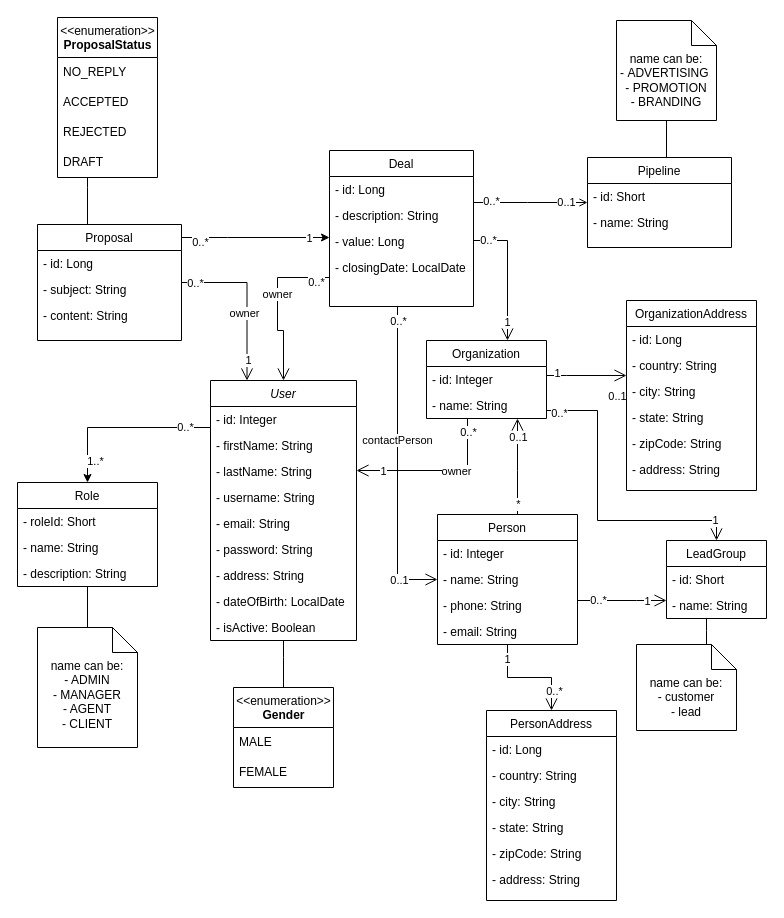
Above: page "Class diagram" (1 of 2) of diagrams/diagrams.drawio in hassanbenhzaine/Projet_file_rouge_2022 (draw.io), before the change. Source tidied: cells renumbered, new cells numbered last; positions are measured from the earlier drawing's top-left corner, leaving out a move shared by most shapes. Both pictures are drawn from the tidied source at 100%, with x=0, y=0 at pixel (17, 17).
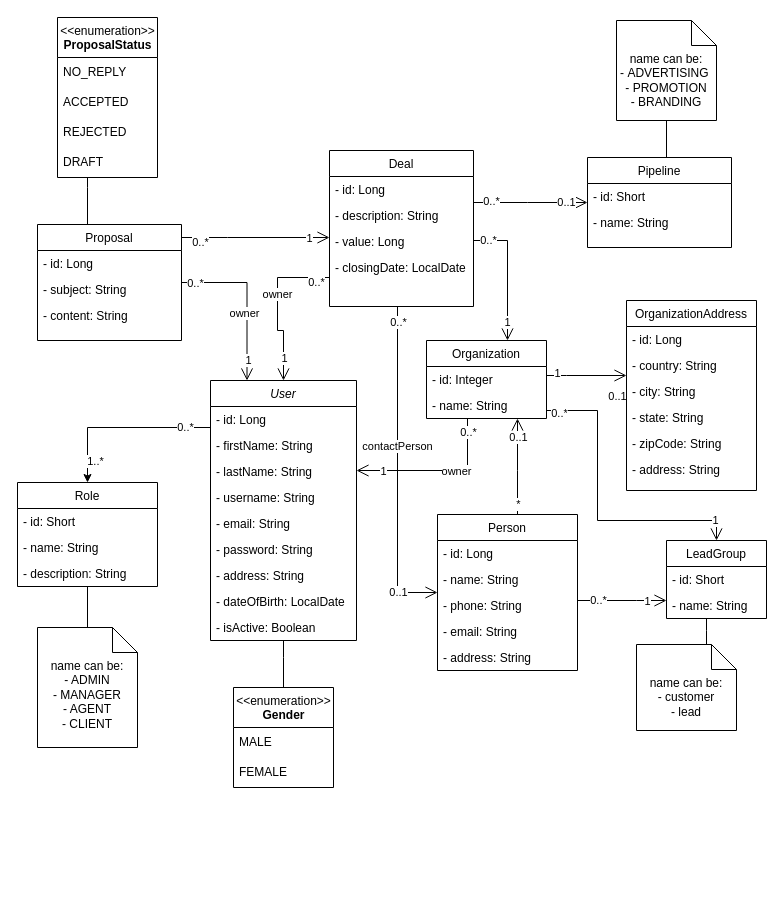
Above is the later version.

Unchanged cells that the change refers to:
```xml
<mxCell id="5" value="User" style="swimlane;fontStyle=2;align=center;verticalAlign=top;horizontal=1;startSize=26;rounded=0;shadow=0;strokeWidth=1;" parent="1" vertex="1">
  <mxGeometry x="193" y="363" width="146" height="260" as="geometry" />
</mxCell>
<mxCell id="15" value="Role" style="swimlane;fontStyle=0;horizontal=1;startSize=26;fillColor=none;" parent="1" vertex="1">
  <mxGeometry y="465" width="140" height="104" as="geometry" />
</mxCell>
<mxCell id="69" style="edgeStyle=orthogonalEdgeStyle;rounded=0;jettySize=auto;html=1;endArrow=open;endFill=0;endSize=10;" parent="1" edge="1" source="82" target="5">
  <mxGeometry relative="1" as="geometry">
    <Array as="points">
      <mxPoint x="260" y="260" />
      <mxPoint x="260" y="313" />
      <mxPoint x="266" y="313" />
    </Array>
  </mxGeometry>
</mxCell>
<mxCell id="82" value="Deal" style="swimlane;fontStyle=0;align=center;verticalAlign=top;horizontal=1;startSize=26;rounded=0;shadow=0;strokeWidth=1;" parent="1" vertex="1">
  <mxGeometry x="312" y="133" width="144" height="156" as="geometry" />
</mxCell>
<mxCell id="94" value="Proposal" style="swimlane;fontStyle=0;align=center;verticalAlign=top;horizontal=1;startSize=26;rounded=0;shadow=0;strokeWidth=1;" parent="1" vertex="1">
  <mxGeometry x="20" y="207" width="144" height="116" as="geometry" />
</mxCell>
<mxCell id="98" value="Pipeline" style="swimlane;fontStyle=0;align=center;verticalAlign=top;horizontal=1;startSize=26;rounded=0;shadow=0;strokeWidth=1;" parent="1" vertex="1">
  <mxGeometry x="570" y="140" width="144" height="90" as="geometry" />
</mxCell>
```

What changed in the source:
```diff
@@
-    <mxCell id="6" value="- id: Integer" style="text;align=left;verticalAlign=top;spacingLeft=4;spacingRight=4;overflow=hidden;" parent="5" vertex="1">
+    <mxCell id="6" value="- id: Long" style="text;align=left;verticalAlign=top;spacingLeft=4;spacingRight=4;overflow=hidden;" parent="5" vertex="1">
       <mxGeometry y="26" width="146" height="26" as="geometry" />
     </mxCell>
@@
-    <mxCell id="16" value="- roleId: Short" style="text;strokeColor=none;fillColor=none;align=left;verticalAlign=top;spacingLeft=4;spacingRight=4;overflow=hidden;" parent="15" vertex="1">
+    <mxCell id="16" value="- id: Short" style="text;strokeColor=none;fillColor=none;align=left;verticalAlign=top;spacingLeft=4;spacingRight=4;overflow=hidden;" parent="15" vertex="1">
       <mxGeometry y="26" width="140" height="26" as="geometry" />
     </mxCell>
@@
-    <mxCell id="45" style="edgeStyle=orthogonalEdgeStyle;rounded=0;jettySize=auto;html=1;endArrow=open;endFill=0;endSize=10;" parent="1" edge="1" source="48" target="62">
-      <mxGeometry relative="1" as="geometry" />
-    </mxCell>
-    <mxCell id="46" value="0..*" style="edgeLabel;html=1;align=center;verticalAlign=middle;" parent="45" vertex="1">
-      <mxGeometry x="0.64" y="2" relative="1" as="geometry" />
-    </mxCell>
-    <mxCell id="47" value="1" style="edgeLabel;html=1;align=center;verticalAlign=middle;" parent="45" vertex="1">
-      <mxGeometry x="-0.88" y="-1" relative="1" as="geometry">
-        <mxPoint y="7" as="offset" />
-      </mxGeometry>
-    </mxCell>
     <mxCell id="48" value="Person" style="swimlane;fontStyle=0;horizontal=1;startSize=26;fillColor=none;" parent="1" vertex="1">
-      <mxGeometry x="420" y="497" width="140" height="130" as="geometry" />
+      <mxGeometry x="420" y="497" width="140" height="156" as="geometry" />
     </mxCell>
-    <mxCell id="49" value="- id: Integer" style="text;strokeColor=none;fillColor=none;align=left;verticalAlign=top;spacingLeft=4;spacingRight=4;overflow=hidden;" parent="48" vertex="1">
+    <mxCell id="49" value="- id: Long" style="text;strokeColor=none;fillColor=none;align=left;verticalAlign=top;spacingLeft=4;spacingRight=4;overflow=hidden;" parent="48" vertex="1">
       <mxGeometry y="26" width="140" height="26" as="geometry" />
     </mxCell>
@@
+    <mxCell id="68" value="- address: String" style="text;strokeColor=none;fillColor=none;align=left;verticalAlign=top;spacingLeft=4;spacingRight=4;overflow=hidden;" parent="48" vertex="1">
+      <mxGeometry y="130" width="140" height="26" as="geometry" />
+    </mxCell>
@@
-    <mxCell id="62" value="PersonAddress" style="swimlane;fontStyle=0;align=center;verticalAlign=top;horizontal=1;startSize=26;rounded=0;shadow=0;strokeWidth=1;" parent="1" vertex="1">
-      <mxGeometry x="469" y="693" width="130" height="190" as="geometry" />
-    </mxCell>
-    <mxCell id="63" value="- id: Long" style="text;align=left;verticalAlign=top;spacingLeft=4;spacingRight=4;overflow=hidden;" parent="62" vertex="1">
-      <mxGeometry y="26" width="130" height="26" as="geometry" />
-    </mxCell>
-    <mxCell id="64" value="- country: String" style="text;align=left;verticalAlign=top;spacingLeft=4;spacingRight=4;overflow=hidden;" parent="62" vertex="1">
-      <mxGeometry y="52" width="130" height="26" as="geometry" />
-    </mxCell>
-    <mxCell id="65" value="- city: String" style="text;align=left;verticalAlign=top;spacingLeft=4;spacingRight=4;overflow=hidden;" parent="62" vertex="1">
-      <mxGeometry y="78" width="130" height="26" as="geometry" />
-    </mxCell>
-    <mxCell id="66" value="- state: String" style="text;align=left;verticalAlign=top;spacingLeft=4;spacingRight=4;overflow=hidden;" parent="62" vertex="1">
-      <mxGeometry y="104" width="130" height="26" as="geometry" />
-    </mxCell>
-    <mxCell id="67" value="- zipCode: String" style="text;align=left;verticalAlign=top;spacingLeft=4;spacingRight=4;overflow=hidden;" parent="62" vertex="1">
-      <mxGeometry y="130" width="130" height="26" as="geometry" />
-    </mxCell>
-    <mxCell id="68" value="- address: String" style="text;align=left;verticalAlign=top;spacingLeft=4;spacingRight=4;overflow=hidden;" parent="62" vertex="1">
-      <mxGeometry y="156" width="130" height="26" as="geometry" />
-    </mxCell>
@@
+    <mxCell id="47" value="1" style="edgeLabel;html=1;align=center;verticalAlign=middle;" parent="69" vertex="1">
+      <mxGeometry x="0.56" relative="1" as="geometry">
+        <mxPoint y="12" as="offset" />
+      </mxGeometry>
+    </mxCell>
@@
-    <mxCell id="79" style="edgeStyle=orthogonalEdgeStyle;rounded=0;jettySize=auto;html=1;endArrow=open;endFill=0;" parent="1" edge="1" source="82" target="98">
+    <mxCell id="79" style="edgeStyle=orthogonalEdgeStyle;rounded=0;jettySize=auto;html=1;endArrow=open;endFill=0;endSize=10;" parent="1" edge="1" source="82" target="98">
       <mxGeometry relative="1" as="geometry">
         <Array as="points">
           <mxPoint x="510" y="185" />
           <mxPoint x="510" y="185" />
         </Array>
       </mxGeometry>
     </mxCell>
@@
-    <mxCell id="87" style="edgeStyle=orthogonalEdgeStyle;rounded=0;jettySize=auto;html=1;" parent="1" edge="1" source="94" target="82">
+    <mxCell id="87" style="edgeStyle=orthogonalEdgeStyle;rounded=0;jettySize=auto;html=1;endSize=10;endArrow=open;endFill=0;" parent="1" edge="1" source="94" target="82">
       <mxGeometry relative="1" as="geometry">
         <Array as="points">
           <mxPoint x="210" y="220" />
           <mxPoint x="210" y="220" />
         </Array>
       </mxGeometry>
     </mxCell>
```
